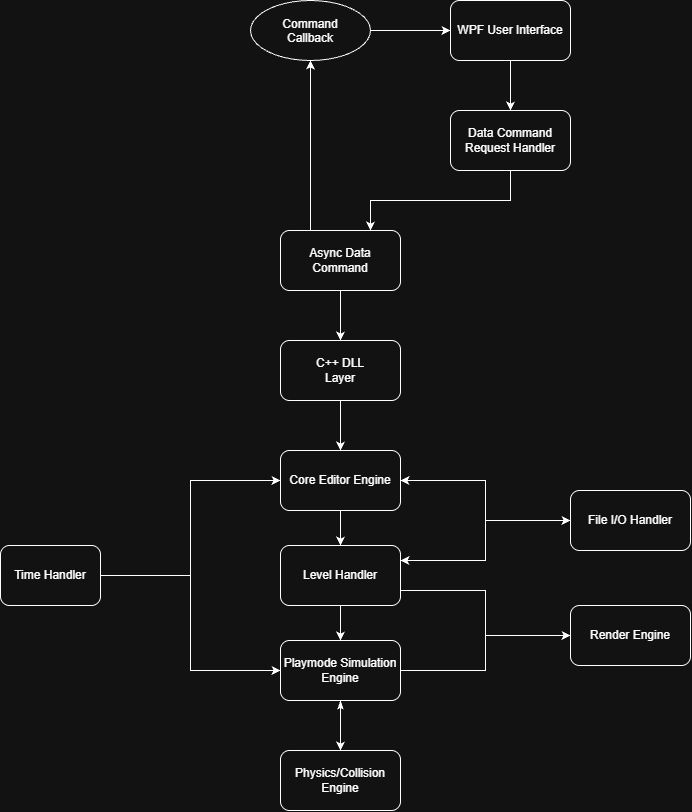
Above: Docs/TheGameEngine_SystemDesign_Overview.png in SebastienMorris/TheGameEngine (draw.io), before the change. Source tidied: cells renumbered, new cells last; positions are measured from the earlier drawing's top-left corner, leaving out a move shared by most shapes.
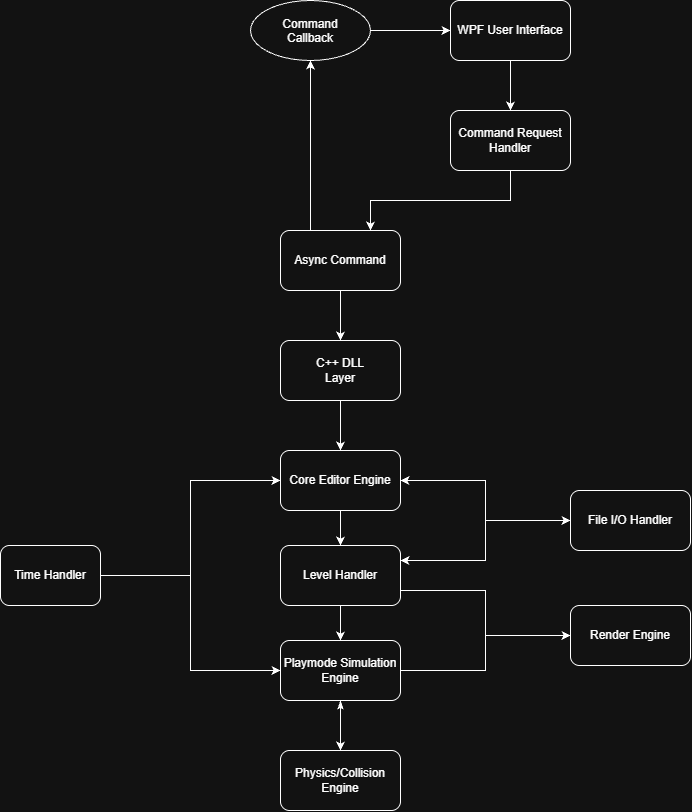
After the change.

Commit message:
updated system design overview

Diff of the diagram source:
```diff
@@ -65,7 +65,7 @@
     <mxCell id="22" style="edgeStyle=orthogonalEdgeStyle;rounded=0;jettySize=auto;html=1;exitX=0.5;exitY=1;exitDx=0;exitDy=0;entryX=0.75;entryY=0;entryDx=0;entryDy=0;" parent="1" edge="1" source="23" target="26">
       <mxGeometry relative="1" as="geometry" />
     </mxCell>
-    <mxCell id="23" value="Data Command Request Handler" style="rounded=1;whiteSpace=wrap;html=1;" parent="1" vertex="1">
+    <mxCell id="23" value="Command Request Handler" style="rounded=1;whiteSpace=wrap;html=1;" parent="1" vertex="1">
       <mxGeometry x="450" y="110" width="120" height="60" as="geometry" />
     </mxCell>
     <mxCell id="24" style="edgeStyle=orthogonalEdgeStyle;rounded=0;jettySize=auto;html=1;" parent="1" edge="1" source="26" target="5">
@@ -74,7 +74,7 @@
     <mxCell id="25" style="edgeStyle=orthogonalEdgeStyle;rounded=0;jettySize=auto;html=1;exitX=0.25;exitY=0;exitDx=0;exitDy=0;entryX=0.5;entryY=1;entryDx=0;entryDy=0;" parent="1" edge="1" source="26" target="28">
       <mxGeometry relative="1" as="geometry" />
     </mxCell>
-    <mxCell id="26" value="Async Data Command" style="rounded=1;whiteSpace=wrap;html=1;" parent="1" vertex="1">
+    <mxCell id="26" value="Async Command" style="rounded=1;whiteSpace=wrap;html=1;" parent="1" vertex="1">
       <mxGeometry x="280" y="230" width="120" height="60" as="geometry" />
     </mxCell>
     <mxCell id="27" style="edgeStyle=orthogonalEdgeStyle;rounded=0;jettySize=auto;html=1;exitX=1;exitY=0.5;exitDx=0;exitDy=0;entryX=0;entryY=0.5;entryDx=0;entryDy=0;" parent="1" edge="1" source="28" target="3">
```
